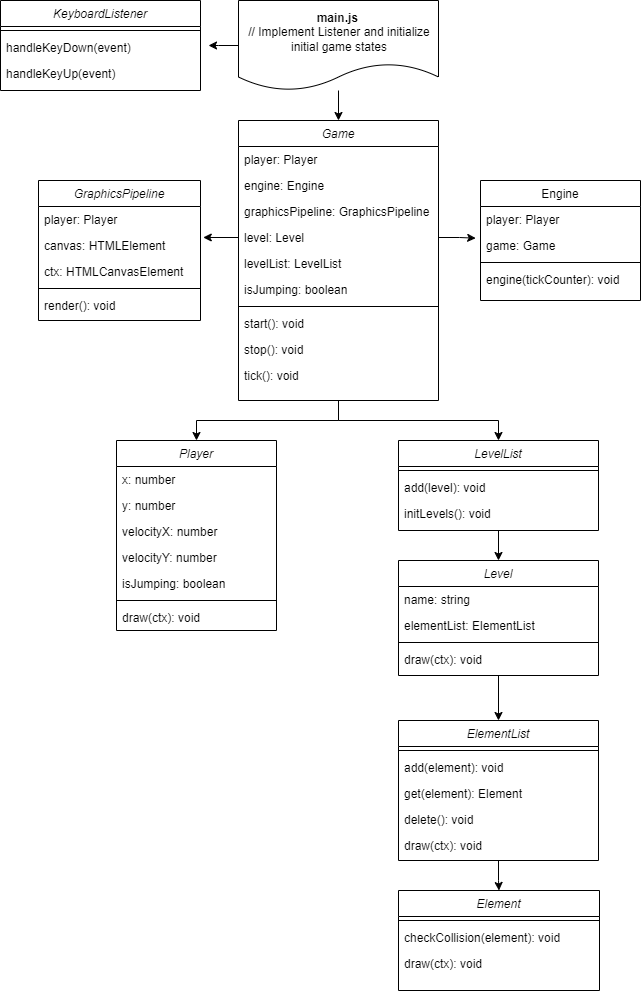
Earlier version of the draw.io export docs/Projektaufbau/uml.png (malik-shr/celestial). Source tidied: cells renumbered, new cells last; positions are measured from the earlier drawing's top-left corner, leaving out a move shared by most shapes.
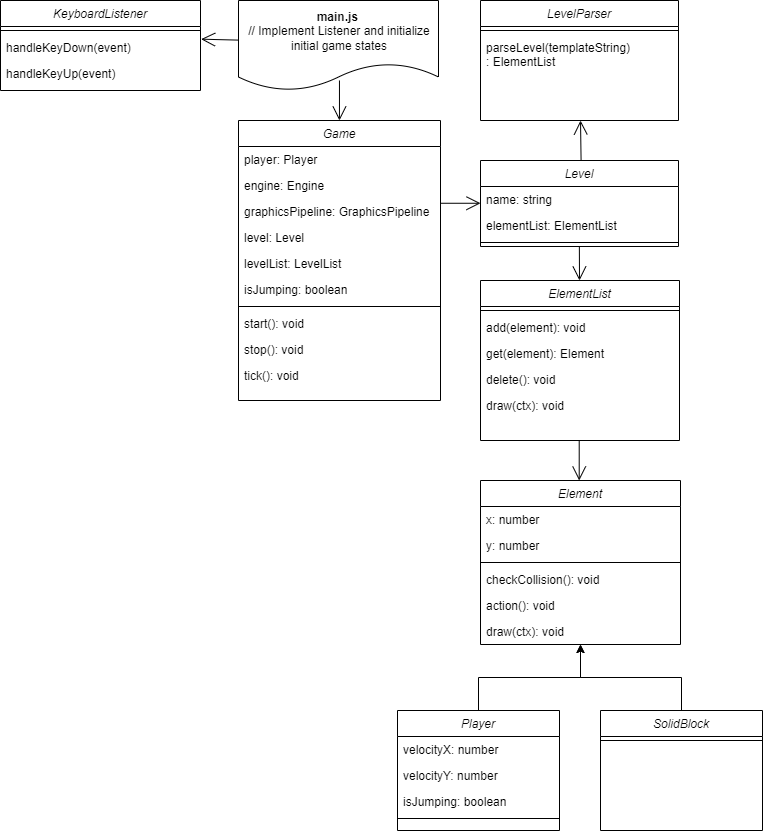
After the commit.

What changed in the source:
```diff
@@ -4,151 +4,85 @@
     <mxCell id="1" parent="0" />
+    <mxCell id="65" style="edgeStyle=orthogonalEdgeStyle;rounded=0;jettySize=auto;html=1;entryX=0.5;entryY=1;entryDx=0;entryDy=0;" parent="1" edge="1" source="2" target="34">
+      <mxGeometry relative="1" as="geometry" />
+    </mxCell>
     <mxCell id="2" value="Player" style="swimlane;fontStyle=2;align=center;verticalAlign=top;horizontal=1;startSize=26;rounded=0;shadow=0;strokeWidth=1;" parent="1" vertex="1">
-      <mxGeometry x="116" y="440" width="160" height="190" as="geometry" />
+      <mxGeometry x="315" y="710" width="162" height="120" as="geometry" />
     </mxCell>
-    <mxCell id="3" value="x: number" style="text;align=left;verticalAlign=top;spacingLeft=4;spacingRight=4;overflow=hidden;" parent="2" vertex="1">
-      <mxGeometry y="26" width="160" height="26" as="geometry" />
-    </mxCell>
-    <mxCell id="4" value="y: number" style="text;align=left;verticalAlign=top;spacingLeft=4;spacingRight=4;overflow=hidden;rounded=0;shadow=0;html=0;" parent="2" vertex="1">
-      <mxGeometry y="52" width="160" height="26" as="geometry" />
-    </mxCell>
     <mxCell id="5" value="velocityX: number" style="text;align=left;verticalAlign=top;spacingLeft=4;spacingRight=4;overflow=hidden;rounded=0;shadow=0;html=0;" parent="2" vertex="1">
-      <mxGeometry y="78" width="160" height="26" as="geometry" />
+      <mxGeometry y="26" width="162" height="26" as="geometry" />
     </mxCell>
     <mxCell id="6" value="velocityY: number" style="text;align=left;verticalAlign=top;spacingLeft=4;spacingRight=4;overflow=hidden;rounded=0;shadow=0;html=0;" parent="2" vertex="1">
-      <mxGeometry y="104" width="160" height="26" as="geometry" />
+      <mxGeometry y="52" width="162" height="26" as="geometry" />
     </mxCell>
     <mxCell id="7" value="isJumping: boolean" style="text;align=left;verticalAlign=top;spacingLeft=4;spacingRight=4;overflow=hidden;rounded=0;shadow=0;html=0;" parent="2" vertex="1">
-      <mxGeometry y="130" width="160" height="26" as="geometry" />
+      <mxGeometry y="78" width="162" height="26" as="geometry" />
     </mxCell>
     <mxCell id="8" style="line;html=1;strokeWidth=1;align=left;verticalAlign=middle;spacingTop=-1;spacingLeft=3;spacingRight=3;labelPosition=right;" parent="2" vertex="1">
-      <mxGeometry y="156" width="160" height="8" as="geometry" />
+      <mxGeometry y="104" width="162" height="8" as="geometry" />
     </mxCell>
-    <mxCell id="9" value="draw(ctx): void" style="text;align=left;verticalAlign=top;spacingLeft=4;spacingRight=4;overflow=hidden;" parent="2" vertex="1">
-      <mxGeometry y="164" width="160" height="26" as="geometry" />
-    </mxCell>
-    <mxCell id="10" value="Engine" style="swimlane;fontStyle=0;align=center;verticalAlign=top;horizontal=1;startSize=26;rounded=0;shadow=0;strokeWidth=1;" parent="1" vertex="1">
-      <mxGeometry x="480" y="180" width="160" height="120" as="geometry" />
-    </mxCell>
-    <mxCell id="11" value="player: Player" style="text;align=left;verticalAlign=top;spacingLeft=4;spacingRight=4;overflow=hidden;" parent="10" vertex="1">
-      <mxGeometry y="26" width="160" height="26" as="geometry" />
-    </mxCell>
-    <mxCell id="12" value="game: Game" style="text;align=left;verticalAlign=top;spacingLeft=4;spacingRight=4;overflow=hidden;points=[[0,0.5],[1,0.5]];portConstraint=eastwest;rounded=0;shadow=0;html=0;" parent="10" vertex="1">
-      <mxGeometry y="52" width="160" height="26" as="geometry" />
-    </mxCell>
-    <mxCell id="13" style="line;html=1;strokeWidth=1;align=left;verticalAlign=middle;spacingTop=-1;spacingLeft=3;spacingRight=3;labelPosition=right;" parent="10" vertex="1">
-      <mxGeometry y="78" width="160" height="8" as="geometry" />
-    </mxCell>
-    <mxCell id="14" value="engine(tickCounter): void" style="text;align=left;verticalAlign=top;spacingLeft=4;spacingRight=4;overflow=hidden;" parent="10" vertex="1">
-      <mxGeometry y="86" width="160" height="26" as="geometry" />
-    </mxCell>
-    <mxCell id="15" style="edgeStyle=orthogonalEdgeStyle;rounded=0;jettySize=auto;html=1;" parent="1" edge="1" source="17" target="59">
-      <mxGeometry relative="1" as="geometry" />
-    </mxCell>
-    <mxCell id="16" style="edgeStyle=orthogonalEdgeStyle;rounded=0;jettySize=auto;html=1;" parent="1" edge="1" source="17" target="2">
-      <mxGeometry relative="1" as="geometry" />
-    </mxCell>
     <mxCell id="17" value="Game" style="swimlane;fontStyle=2;align=center;verticalAlign=top;horizontal=1;startSize=26;rounded=0;shadow=0;strokeWidth=1;" parent="1" vertex="1">
-      <mxGeometry x="238" y="120" width="200" height="280" as="geometry" />
+      <mxGeometry x="156" y="120" width="202" height="280" as="geometry" />
     </mxCell>
     <mxCell id="18" value="player: Player" style="text;align=left;verticalAlign=top;spacingLeft=4;spacingRight=4;overflow=hidden;" parent="17" vertex="1">
-      <mxGeometry y="26" width="200" height="26" as="geometry" />
+      <mxGeometry y="26" width="202" height="26" as="geometry" />
     </mxCell>
     <mxCell id="19" value="engine: Engine" style="text;align=left;verticalAlign=top;spacingLeft=4;spacingRight=4;overflow=hidden;rounded=0;shadow=0;html=0;" parent="17" vertex="1">
-      <mxGeometry y="52" width="200" height="26" as="geometry" />
+      <mxGeometry y="52" width="202" height="26" as="geometry" />
     </mxCell>
     <mxCell id="20" value="graphicsPipeline: GraphicsPipeline" style="text;align=left;verticalAlign=top;spacingLeft=4;spacingRight=4;overflow=hidden;rounded=0;shadow=0;html=0;" parent="17" vertex="1">
-      <mxGeometry y="78" width="200" height="26" as="geometry" />
+      <mxGeometry y="78" width="202" height="26" as="geometry" />
     </mxCell>
     <mxCell id="21" value="level: Level" style="text;align=left;verticalAlign=top;spacingLeft=4;spacingRight=4;overflow=hidden;points=[[0,0.5],[1,0.5]];portConstraint=eastwest;rounded=0;shadow=0;html=0;" parent="17" vertex="1">
-      <mxGeometry y="104" width="200" height="26" as="geometry" />
+      <mxGeometry y="104" width="202" height="26" as="geometry" />
     </mxCell>
     <mxCell id="22" value="levelList: LevelList" style="text;align=left;verticalAlign=top;spacingLeft=4;spacingRight=4;overflow=hidden;rounded=0;shadow=0;html=0;" parent="17" vertex="1">
-      <mxGeometry y="130" width="200" height="26" as="geometry" />
+      <mxGeometry y="130" width="202" height="26" as="geometry" />
     </mxCell>
     <mxCell id="23" value="isJumping: boolean" style="text;align=left;verticalAlign=top;spacingLeft=4;spacingRight=4;overflow=hidden;rounded=0;shadow=0;html=0;" parent="17" vertex="1">
-      <mxGeometry y="156" width="200" height="26" as="geometry" />
+      <mxGeometry y="156" width="202" height="26" as="geometry" />
     </mxCell>
     <mxCell id="24" style="line;html=1;strokeWidth=1;align=left;verticalAlign=middle;spacingTop=-1;spacingLeft=3;spacingRight=3;labelPosition=right;" parent="17" vertex="1">
-      <mxGeometry y="182" width="200" height="8" as="geometry" />
+      <mxGeometry y="182" width="202" height="8" as="geometry" />
     </mxCell>
     <mxCell id="25" value="start(): void" style="text;align=left;verticalAlign=top;spacingLeft=4;spacingRight=4;overflow=hidden;" parent="17" vertex="1">
-      <mxGeometry y="190" width="200" height="26" as="geometry" />
+      <mxGeometry y="190" width="202" height="26" as="geometry" />
     </mxCell>
     <mxCell id="26" value="stop(): void" style="text;align=left;verticalAlign=top;spacingLeft=4;spacingRight=4;overflow=hidden;" parent="17" vertex="1">
-      <mxGeometry y="216" width="200" height="26" as="geometry" />
+      <mxGeometry y="216" width="202" height="26" as="geometry" />
     </mxCell>
     <mxCell id="27" value="tick(): void" style="text;align=left;verticalAlign=top;spacingLeft=4;spacingRight=4;overflow=hidden;" parent="17" vertex="1">
-      <mxGeometry y="242" width="200" height="26" as="geometry" />
+      <mxGeometry y="242" width="202" height="26" as="geometry" />
     </mxCell>
-    <mxCell id="28" value="GraphicsPipeline" style="swimlane;fontStyle=2;align=center;verticalAlign=top;horizontal=1;startSize=26;rounded=0;shadow=0;strokeWidth=1;" parent="1" vertex="1">
-      <mxGeometry x="38" y="180" width="162" height="140" as="geometry" />
-    </mxCell>
-    <mxCell id="29" value="player: Player" style="text;align=left;verticalAlign=top;spacingLeft=4;spacingRight=4;overflow=hidden;" parent="28" vertex="1">
-      <mxGeometry y="26" width="162" height="26" as="geometry" />
-    </mxCell>
-    <mxCell id="30" value="canvas: HTMLElement" style="text;align=left;verticalAlign=top;spacingLeft=4;spacingRight=4;overflow=hidden;points=[[0,0.5],[1,0.5]];portConstraint=eastwest;rounded=0;shadow=0;html=0;" parent="28" vertex="1">
-      <mxGeometry y="52" width="162" height="26" as="geometry" />
-    </mxCell>
-    <mxCell id="31" value="ctx: HTMLCanvasElement " style="text;align=left;verticalAlign=top;spacingLeft=4;spacingRight=4;overflow=hidden;rounded=0;shadow=0;html=0;" parent="28" vertex="1">
-      <mxGeometry y="78" width="162" height="26" as="geometry" />
-    </mxCell>
-    <mxCell id="32" style="line;html=1;strokeWidth=1;align=left;verticalAlign=middle;spacingTop=-1;spacingLeft=3;spacingRight=3;labelPosition=right;" parent="28" vertex="1">
-      <mxGeometry y="104" width="162" height="8" as="geometry" />
-    </mxCell>
-    <mxCell id="33" value="render(): void" style="text;align=left;verticalAlign=top;spacingLeft=4;spacingRight=4;overflow=hidden;" parent="28" vertex="1">
-      <mxGeometry y="112" width="162" height="26" as="geometry" />
-    </mxCell>
-    <mxCell id="34" value="Element" style="swimlane;fontStyle=2;align=center;verticalAlign=top;horizontal=1;startSize=26;rounded=0;shadow=0;strokeWidth=1;" parent="1" vertex="1">
-      <mxGeometry x="398" y="890" width="201" height="100" as="geometry" />
-    </mxCell>
-    <mxCell id="35" style="line;html=1;strokeWidth=1;align=left;verticalAlign=middle;spacingTop=-1;spacingLeft=3;spacingRight=3;labelPosition=right;" parent="34" vertex="1">
-      <mxGeometry y="26" width="201" height="8" as="geometry" />
-    </mxCell>
-    <mxCell id="36" value="checkCollision(element): void" style="text;align=left;verticalAlign=top;spacingLeft=4;spacingRight=4;overflow=hidden;" parent="34" vertex="1">
-      <mxGeometry y="34" width="201" height="26" as="geometry" />
-    </mxCell>
-    <mxCell id="37" value="draw(ctx): void" style="text;align=left;verticalAlign=top;spacingLeft=4;spacingRight=4;overflow=hidden;" parent="34" vertex="1">
-      <mxGeometry y="60" width="201" height="26" as="geometry" />
-    </mxCell>
-    <mxCell id="38" style="edgeStyle=orthogonalEdgeStyle;rounded=0;jettySize=auto;html=1;" parent="1" edge="1" source="39" target="45">
-      <mxGeometry relative="1" as="geometry" />
-    </mxCell>
     <mxCell id="39" value="Level" style="swimlane;fontStyle=2;align=center;verticalAlign=top;horizontal=1;startSize=26;rounded=0;shadow=0;strokeWidth=1;" parent="1" vertex="1">
-      <mxGeometry x="398" y="560" width="200" height="115" as="geometry" />
+      <mxGeometry x="398" y="160" width="198" height="86" as="geometry" />
     </mxCell>
     <mxCell id="40" value="name: string" style="text;align=left;verticalAlign=top;spacingLeft=4;spacingRight=4;overflow=hidden;" parent="39" vertex="1">
-      <mxGeometry y="26" width="200" height="26" as="geometry" />
+      <mxGeometry y="26" width="198" height="26" as="geometry" />
     </mxCell>
     <mxCell id="41" value="elementList: ElementList" style="text;align=left;verticalAlign=top;spacingLeft=4;spacingRight=4;overflow=hidden;rounded=0;shadow=0;html=0;" parent="39" vertex="1">
-      <mxGeometry y="52" width="200" height="26" as="geometry" />
+      <mxGeometry y="52" width="198" height="26" as="geometry" />
     </mxCell>
     <mxCell id="42" style="line;html=1;strokeWidth=1;align=left;verticalAlign=middle;spacingTop=-1;spacingLeft=3;spacingRight=3;labelPosition=right;" parent="39" vertex="1">
-      <mxGeometry y="78" width="200" height="8" as="geometry" />
+      <mxGeometry y="78" width="198" height="8" as="geometry" />
     </mxCell>
-    <mxCell id="43" value="draw(ctx): void" style="text;align=left;verticalAlign=top;spacingLeft=4;spacingRight=4;overflow=hidden;" parent="39" vertex="1">
-      <mxGeometry y="86" width="200" height="26" as="geometry" />
-    </mxCell>
-    <mxCell id="44" style="edgeStyle=orthogonalEdgeStyle;rounded=0;jettySize=auto;html=1;entryX=0.5;entryY=0;entryDx=0;entryDy=0;" parent="1" edge="1" source="45" target="34">
-      <mxGeometry relative="1" as="geometry" />
-    </mxCell>
     <mxCell id="45" value="ElementList" style="swimlane;fontStyle=2;align=center;verticalAlign=top;horizontal=1;startSize=26;rounded=0;shadow=0;strokeWidth=1;" parent="1" vertex="1">
-      <mxGeometry x="398" y="720" width="200" height="140" as="geometry" />
+      <mxGeometry x="398" y="280" width="199" height="160" as="geometry" />
     </mxCell>
     <mxCell id="46" style="line;html=1;strokeWidth=1;align=left;verticalAlign=middle;spacingTop=-1;spacingLeft=3;spacingRight=3;labelPosition=right;" parent="45" vertex="1">
-      <mxGeometry y="26" width="200" height="8" as="geometry" />
+      <mxGeometry y="26" width="199" height="8" as="geometry" />
     </mxCell>
     <mxCell id="47" value="add(element): void" style="text;align=left;verticalAlign=top;spacingLeft=4;spacingRight=4;overflow=hidden;" parent="45" vertex="1">
-      <mxGeometry y="34" width="200" height="26" as="geometry" />
+      <mxGeometry y="34" width="199" height="26" as="geometry" />
     </mxCell>
     <mxCell id="48" value="get(element): Element" style="text;align=left;verticalAlign=top;spacingLeft=4;spacingRight=4;overflow=hidden;" parent="45" vertex="1">
-      <mxGeometry y="60" width="200" height="26" as="geometry" />
+      <mxGeometry y="60" width="199" height="26" as="geometry" />
     </mxCell>
     <mxCell id="49" value="delete(): void" style="text;align=left;verticalAlign=top;spacingLeft=4;spacingRight=4;overflow=hidden;" parent="45" vertex="1">
-      <mxGeometry y="86" width="200" height="26" as="geometry" />
+      <mxGeometry y="86" width="199" height="26" as="geometry" />
     </mxCell>
     <mxCell id="50" value="draw(ctx): void" style="text;align=left;verticalAlign=top;spacingLeft=4;spacingRight=4;overflow=hidden;" parent="45" vertex="1">
-      <mxGeometry y="112" width="200" height="26" as="geometry" />
+      <mxGeometry y="112" width="199" height="26" as="geometry" />
     </mxCell>
     <mxCell id="51" value="KeyboardListener" style="swimlane;fontStyle=2;align=center;verticalAlign=top;horizontal=1;startSize=26;rounded=0;shadow=0;strokeWidth=1;" parent="1" vertex="1">
-      <mxGeometry width="200" height="90" as="geometry" />
+      <mxGeometry x="-82" width="200" height="90" as="geometry" />
     </mxCell>
@@ -163,34 +97,76 @@
     </mxCell>
-    <mxCell id="55" style="edgeStyle=orthogonalEdgeStyle;rounded=0;jettySize=auto;html=1;" parent="1" edge="1" source="57" target="17">
-      <mxGeometry relative="1" as="geometry" />
-    </mxCell>
-    <mxCell id="56" style="edgeStyle=orthogonalEdgeStyle;rounded=0;jettySize=auto;html=1;" parent="1" edge="1" source="57">
-      <mxGeometry relative="1" as="geometry">
-        <mxPoint x="208" y="45" as="targetPoint" />
-      </mxGeometry>
-    </mxCell>
     <mxCell id="57" value="&lt;div style=&quot;text-align: center;&quot;&gt;&lt;span style=&quot;background-color: initial; text-align: left;&quot;&gt;&lt;b&gt;main.js&amp;nbsp;&lt;/b&gt;&lt;/span&gt;&lt;/div&gt;&lt;div style=&quot;text-align: center;&quot;&gt;&lt;span style=&quot;background-color: initial; text-align: left;&quot;&gt;// Implement Listener and initialize initial game states&lt;/span&gt;&lt;br&gt;&lt;/div&gt;" style="shape=document;whiteSpace=wrap;html=1;boundedLbl=1;align=left;" parent="1" vertex="1">
-      <mxGeometry x="238" width="200" height="90" as="geometry" />
+      <mxGeometry x="156" width="200" height="90" as="geometry" />
     </mxCell>
-    <mxCell id="58" style="edgeStyle=orthogonalEdgeStyle;rounded=0;jettySize=auto;html=1;exitX=0.5;exitY=1;exitDx=0;exitDy=0;" parent="1" edge="1" source="59" target="39">
-      <mxGeometry relative="1" as="geometry" />
-    </mxCell>
-    <mxCell id="59" value="LevelList" style="swimlane;fontStyle=2;align=center;verticalAlign=top;horizontal=1;startSize=26;rounded=0;shadow=0;strokeWidth=1;" parent="1" vertex="1">
-      <mxGeometry x="398" y="440" width="200" height="90" as="geometry" />
-    </mxCell>
-    <mxCell id="60" style="line;html=1;strokeWidth=1;align=left;verticalAlign=middle;spacingTop=-1;spacingLeft=3;spacingRight=3;labelPosition=right;" parent="59" vertex="1">
-      <mxGeometry y="26" width="200" height="8" as="geometry" />
-    </mxCell>
-    <mxCell id="61" value="add(level): void" style="text;align=left;verticalAlign=top;spacingLeft=4;spacingRight=4;overflow=hidden;" parent="59" vertex="1">
-      <mxGeometry y="34" width="200" height="26" as="geometry" />
-    </mxCell>
-    <mxCell id="62" value="initLevels(): void" style="text;align=left;verticalAlign=top;spacingLeft=4;spacingRight=4;overflow=hidden;" parent="59" vertex="1">
-      <mxGeometry y="60" width="200" height="26" as="geometry" />
-    </mxCell>
-    <mxCell id="63" style="edgeStyle=orthogonalEdgeStyle;rounded=0;jettySize=auto;html=1;entryX=-0.03;entryY=0.218;entryDx=0;entryDy=0;entryPerimeter=0;" parent="1" edge="1" source="21" target="12">
-      <mxGeometry relative="1" as="geometry" />
-    </mxCell>
-    <mxCell id="64" style="edgeStyle=orthogonalEdgeStyle;rounded=0;jettySize=auto;html=1;entryX=1.017;entryY=0.191;entryDx=0;entryDy=0;entryPerimeter=0;" parent="1" edge="1" source="21" target="30">
-      <mxGeometry relative="1" as="geometry" />
-    </mxCell>
+    <mxCell id="34" value="Element" style="swimlane;fontStyle=2;align=center;verticalAlign=top;horizontal=1;startSize=26;rounded=0;shadow=0;strokeWidth=1;" parent="1" vertex="1">
+      <mxGeometry x="398" y="480" width="200" height="164" as="geometry" />
+    </mxCell>
+    <mxCell id="3" value="x: number" style="text;align=left;verticalAlign=top;spacingLeft=4;spacingRight=4;overflow=hidden;" parent="34" vertex="1">
+      <mxGeometry y="26" width="200" height="26" as="geometry" />
+    </mxCell>
+    <mxCell id="4" value="y: number" style="text;align=left;verticalAlign=top;spacingLeft=4;spacingRight=4;overflow=hidden;rounded=0;shadow=0;html=0;" parent="34" vertex="1">
+      <mxGeometry y="52" width="200" height="26" as="geometry" />
+    </mxCell>
+    <mxCell id="66" style="line;html=1;strokeWidth=1;align=left;verticalAlign=middle;spacingTop=-1;spacingLeft=3;spacingRight=3;labelPosition=right;" parent="34" vertex="1">
+      <mxGeometry y="78" width="200" height="8" as="geometry" />
+    </mxCell>
+    <mxCell id="67" value="checkCollision(): void" style="text;align=left;verticalAlign=top;spacingLeft=4;spacingRight=4;overflow=hidden;" parent="34" vertex="1">
+      <mxGeometry y="86" width="200" height="26" as="geometry" />
+    </mxCell>
+    <mxCell id="68" value="action(): void" style="text;align=left;verticalAlign=top;spacingLeft=4;spacingRight=4;overflow=hidden;" parent="34" vertex="1">
+      <mxGeometry y="112" width="200" height="26" as="geometry" />
+    </mxCell>
+    <mxCell id="69" value="draw(ctx): void" style="text;align=left;verticalAlign=top;spacingLeft=4;spacingRight=4;overflow=hidden;" parent="34" vertex="1">
+      <mxGeometry y="138" width="200" height="26" as="geometry" />
+    </mxCell>
+    <mxCell id="70" value="LevelParser" style="swimlane;fontStyle=2;align=center;verticalAlign=top;horizontal=1;startSize=26;rounded=0;shadow=0;strokeWidth=1;" parent="1" vertex="1">
+      <mxGeometry x="398" width="198" height="120" as="geometry" />
+    </mxCell>
+    <mxCell id="71" style="line;html=1;strokeWidth=1;align=left;verticalAlign=middle;spacingTop=-1;spacingLeft=3;spacingRight=3;labelPosition=right;" parent="70" vertex="1">
+      <mxGeometry y="26" width="198" height="8" as="geometry" />
+    </mxCell>
+    <mxCell id="72" value="parseLevel(templateString)&#10;: ElementList" style="text;align=left;verticalAlign=top;spacingLeft=4;spacingRight=4;overflow=hidden;" parent="70" vertex="1">
+      <mxGeometry y="34" width="198" height="36" as="geometry" />
+    </mxCell>
+    <mxCell id="73" style="edgeStyle=orthogonalEdgeStyle;rounded=0;jettySize=auto;html=1;entryX=0.5;entryY=1;entryDx=0;entryDy=0;" parent="1" edge="1" source="74" target="34">
+      <mxGeometry relative="1" as="geometry" />
+    </mxCell>
+    <mxCell id="74" value="SolidBlock" style="swimlane;fontStyle=2;align=center;verticalAlign=top;horizontal=1;startSize=26;rounded=0;shadow=0;strokeWidth=1;" parent="1" vertex="1">
+      <mxGeometry x="518" y="710" width="162" height="120" as="geometry" />
+    </mxCell>
+    <mxCell id="75" style="line;html=1;strokeWidth=1;align=left;verticalAlign=middle;spacingTop=-1;spacingLeft=3;spacingRight=3;labelPosition=right;" parent="74" vertex="1">
+      <mxGeometry y="26" width="162" height="8" as="geometry" />
+    </mxCell>
+    <mxCell id="76" style="endArrow=open;endFill=1;endSize=12;html=1;rounded=0;exitX=0.5;exitY=1;exitDx=0;exitDy=0;entryX=0.5;entryY=0;entryDx=0;entryDy=0;" parent="1" edge="1">
+      <mxGeometry relative="1" as="geometry">
+        <mxPoint x="496.7" y="440" as="sourcePoint" />
+        <mxPoint x="496.7" y="480" as="targetPoint" />
+      </mxGeometry>
+    </mxCell>
+    <mxCell id="77" style="endArrow=open;endFill=1;endSize=12;html=1;rounded=0;exitX=0.5;exitY=1;exitDx=0;exitDy=0;entryX=0;entryY=0.25;entryDx=0;entryDy=0;entryPerimeter=0;" parent="1" edge="1">
+      <mxGeometry relative="1" as="geometry">
+        <mxPoint x="358" y="202.8" as="sourcePoint" />
+        <mxPoint x="398" y="202.8" as="targetPoint" />
+      </mxGeometry>
+    </mxCell>
+    <mxCell id="78" style="endArrow=open;endFill=1;endSize=12;html=1;rounded=0;exitX=-0.002;exitY=0.44;exitDx=0;exitDy=0;exitPerimeter=0;entryX=1.003;entryY=0.18;entryDx=0;entryDy=0;entryPerimeter=0;" parent="1" edge="1" source="57" target="53">
+      <mxGeometry relative="1" as="geometry" />
+    </mxCell>
+    <mxCell id="79" style="endArrow=open;endFill=1;endSize=12;html=1;rounded=0;exitX=0.5;exitY=1;exitDx=0;exitDy=0;entryX=0.5;entryY=0;entryDx=0;entryDy=0;" parent="1" edge="1">
+      <mxGeometry relative="1" as="geometry">
+        <mxPoint x="257" y="80" as="sourcePoint" />
+        <mxPoint x="257" y="120" as="targetPoint" />
+      </mxGeometry>
+    </mxCell>
+    <mxCell id="80" style="endArrow=open;endFill=1;endSize=12;html=1;rounded=0;exitX=0.5;exitY=1;exitDx=0;exitDy=0;" parent="1" edge="1">
+      <mxGeometry relative="1" as="geometry">
+        <mxPoint x="496.9" y="246" as="sourcePoint" />
+        <mxPoint x="497" y="280" as="targetPoint" />
+      </mxGeometry>
+    </mxCell>
+    <mxCell id="81" style="endArrow=open;endFill=1;endSize=12;html=1;rounded=0;exitX=0.508;exitY=-0.005;exitDx=0;exitDy=0;exitPerimeter=0;" parent="1" edge="1" source="39">
+      <mxGeometry relative="1" as="geometry">
+        <mxPoint x="498" y="120" as="targetPoint" />
+      </mxGeometry>
+    </mxCell>
   </root>
```
